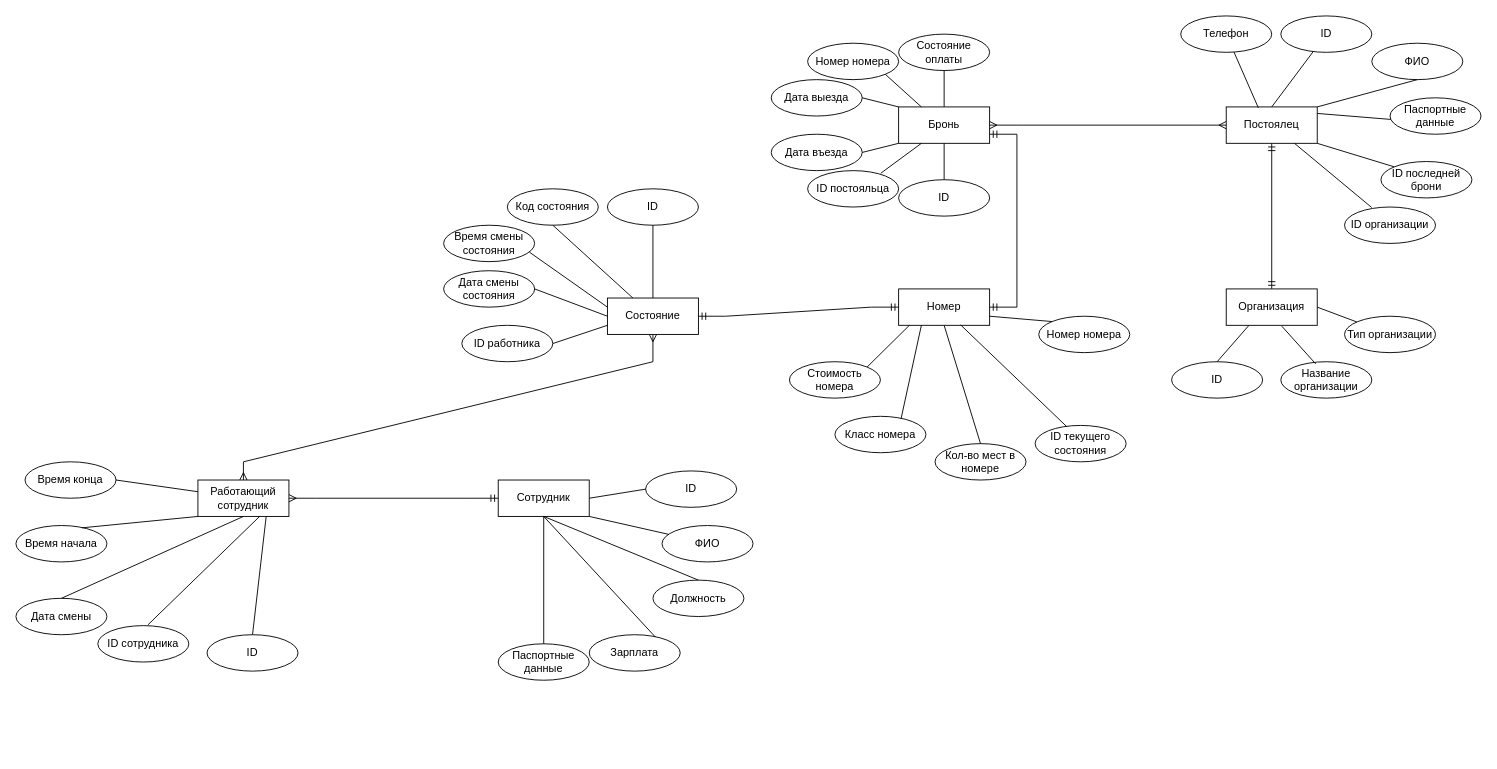
Above: page "Диаграмма RU" (3 of 3) of Kostylev_Hostel.drawio in Haxersociety/DataBase_Hostel (draw.io), before the change. Source tidied: cells renumbered, new cells numbered last; positions are measured from the earlier drawing's top-left corner, leaving out a move shared by most shapes. Both pictures are drawn from the tidied source at 91%, with x=0, y=0 at pixel (15, 15).
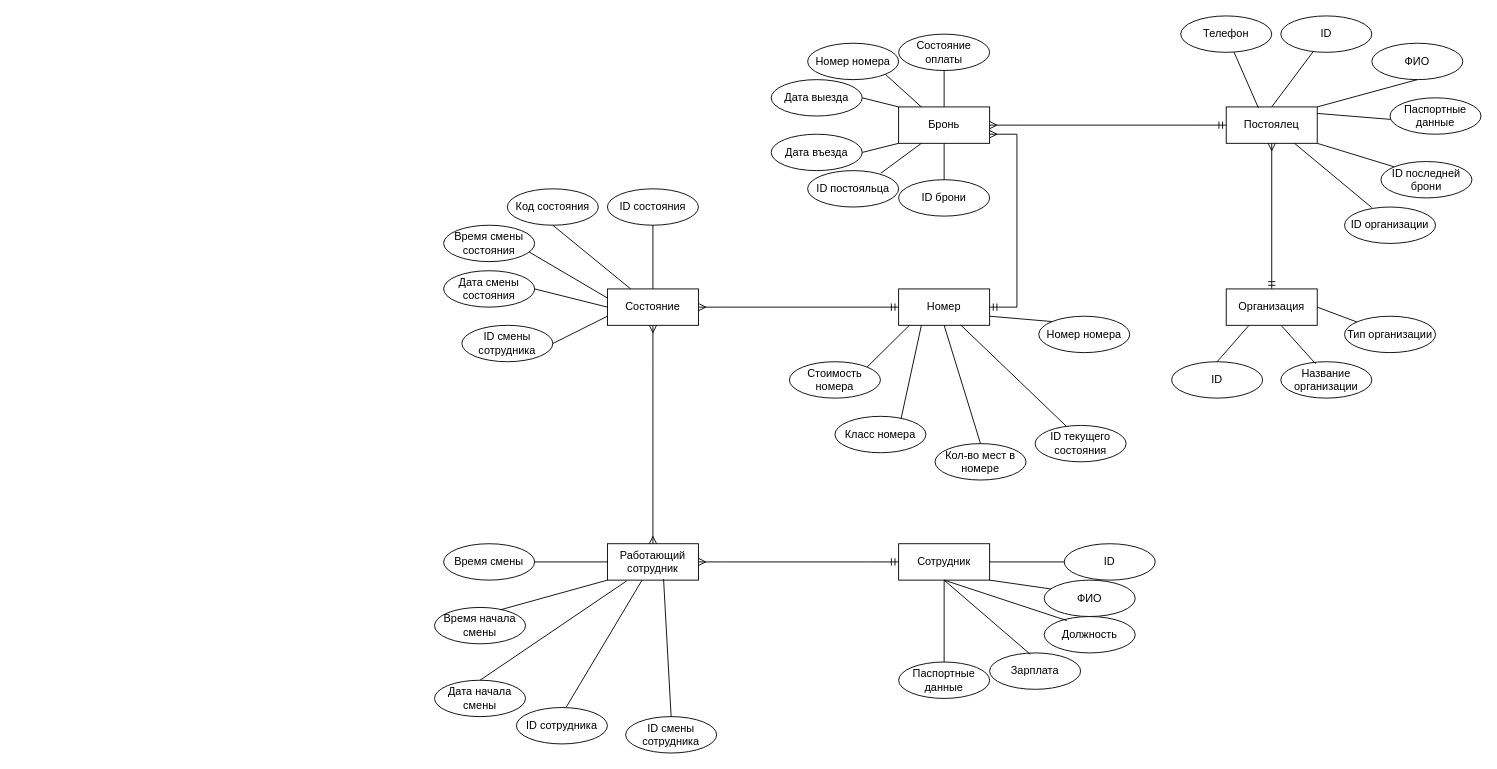
Above is the later version.

The change refers to these unchanged cells:
```xml
<mxCell id="2" value="Постоялец" style="whiteSpace=wrap;html=1;align=center;" parent="1" vertex="1">
  <mxGeometry x="1330" y="100" width="100" height="40" as="geometry" />
</mxCell>
<mxCell id="3" value="Бронь" style="whiteSpace=wrap;html=1;align=center;" parent="1" vertex="1">
  <mxGeometry x="970" y="100" width="100" height="40" as="geometry" />
</mxCell>
<mxCell id="5" value="Организация" style="whiteSpace=wrap;html=1;align=center;" parent="1" vertex="1">
  <mxGeometry x="1330" y="300" width="100" height="40" as="geometry" />
</mxCell>
<mxCell id="6" value="Номер" style="whiteSpace=wrap;html=1;align=center;" parent="1" vertex="1">
  <mxGeometry x="970" y="300" width="100" height="40" as="geometry" />
</mxCell>
```

What changed in the source:
```diff
@@
-    <mxCell id="4" style="edgeStyle=orthogonalEdgeStyle;rounded=0;jettySize=auto;html=1;entryX=0.5;entryY=1;entryDx=0;entryDy=0;startArrow=ERmandOne;startFill=0;endArrow=ERmandOne;endFill=0;" parent="1" edge="1" source="5" target="2">
+    <mxCell id="4" style="edgeStyle=orthogonalEdgeStyle;rounded=0;jettySize=auto;html=1;entryX=0.5;entryY=1;entryDx=0;entryDy=0;startArrow=ERmandOne;startFill=0;endArrow=ERmany;endFill=0;" parent="1" edge="1" source="5" target="2">
       <mxGeometry relative="1" as="geometry" />
     </mxCell>
@@
-    <mxCell id="7" style="edgeStyle=entityRelationEdgeStyle;fontSize=12;html=1;endArrow=ERmany;startArrow=ERmany;rounded=0;exitX=1;exitY=0.5;exitDx=0;exitDy=0;entryX=0;entryY=0.5;entryDx=0;entryDy=0;" parent="1" edge="1" source="3" target="2">
+    <mxCell id="7" style="edgeStyle=entityRelationEdgeStyle;fontSize=12;html=1;endArrow=ERmandOne;startArrow=ERmany;rounded=0;exitX=1;exitY=0.5;exitDx=0;exitDy=0;entryX=0;entryY=0.5;entryDx=0;entryDy=0;endFill=0;" parent="1" edge="1" source="3" target="2">
       <mxGeometry relative="1" as="geometry" />
     </mxCell>
-    <mxCell id="8" style="edgeStyle=entityRelationEdgeStyle;fontSize=12;html=1;endArrow=ERmandOne;startArrow=ERmandOne;rounded=0;entryX=1;entryY=0.75;entryDx=0;entryDy=0;" parent="1" edge="1" source="6" target="3">
+    <mxCell id="8" style="edgeStyle=entityRelationEdgeStyle;fontSize=12;html=1;endArrow=ERmany;startArrow=ERmandOne;rounded=0;entryX=1;entryY=0.75;entryDx=0;entryDy=0;endFill=0;" parent="1" edge="1" source="6" target="3">
       <mxGeometry relative="1" as="geometry" />
     </mxCell>
@@
-    <mxCell id="14" value="ID" style="ellipse;whiteSpace=wrap;html=1;align=center;" parent="1" vertex="1">
+    <mxCell id="14" value="ID брони" style="ellipse;whiteSpace=wrap;html=1;align=center;" parent="1" vertex="1">
       <mxGeometry x="970" y="180" width="100" height="40" as="geometry" />
     </mxCell>
@@
     <mxCell id="49" value="Сотрудник" style="whiteSpace=wrap;html=1;align=center;" parent="1" vertex="1">
-      <mxGeometry x="530" y="510" width="100" height="40" as="geometry" />
+      <mxGeometry x="970" y="580" width="100" height="40" as="geometry" />
     </mxCell>
     <mxCell id="50" value="Паспортные данные" style="ellipse;whiteSpace=wrap;html=1;align=center;strokeColor=default;" parent="1" vertex="1">
-      <mxGeometry x="530" y="690" width="100" height="40" as="geometry" />
+      <mxGeometry x="970" y="710" width="100" height="40" as="geometry" />
     </mxCell>
     <mxCell id="51" value="Зарплата" style="ellipse;whiteSpace=wrap;html=1;align=center;strokeColor=default;" parent="1" vertex="1">
-      <mxGeometry x="630" y="680" width="100" height="40" as="geometry" />
+      <mxGeometry x="1070" y="700" width="100" height="40" as="geometry" />
     </mxCell>
     <mxCell id="52" value="ФИО" style="ellipse;whiteSpace=wrap;html=1;align=center;strokeColor=default;" parent="1" vertex="1">
-      <mxGeometry x="710" y="560" width="100" height="40" as="geometry" />
+      <mxGeometry x="1130" y="620" width="100" height="40" as="geometry" />
     </mxCell>
     <mxCell id="53" value="ID" style="ellipse;whiteSpace=wrap;html=1;align=center;strokeColor=default;" parent="1" vertex="1">
-      <mxGeometry x="692" y="500" width="100" height="40" as="geometry" />
+      <mxGeometry x="1152" y="580" width="100" height="40" as="geometry" />
     </mxCell>
@@
-    <mxCell id="56" style="endArrow=none;html=1;rounded=0;exitX=0.727;exitY=0.063;exitDx=0;exitDy=0;exitPerimeter=0;entryX=0.5;entryY=1;entryDx=0;entryDy=0;" parent="1" edge="1" source="51" target="49">
+    <mxCell id="56" style="endArrow=none;html=1;rounded=0;exitX=0.448;exitY=0.041;exitDx=0;exitDy=0;exitPerimeter=0;entryX=0.5;entryY=1;entryDx=0;entryDy=0;" parent="1" edge="1" source="51" target="49">
       <mxGeometry relative="1" as="geometry" />
     </mxCell>
@@
     <mxCell id="58" value="Должность" style="ellipse;whiteSpace=wrap;html=1;align=center;strokeColor=default;" parent="1" vertex="1">
-      <mxGeometry x="700" y="620" width="100" height="40" as="geometry" />
+      <mxGeometry x="1130" y="660" width="100" height="40" as="geometry" />
     </mxCell>
-    <mxCell id="59" style="endArrow=none;html=1;rounded=0;exitX=0.5;exitY=1;exitDx=0;exitDy=0;entryX=0.5;entryY=0;entryDx=0;entryDy=0;" parent="1" edge="1" source="49" target="58">
+    <mxCell id="59" style="endArrow=none;html=1;rounded=0;exitX=0.5;exitY=1;exitDx=0;exitDy=0;entryX=0.248;entryY=0.11;entryDx=0;entryDy=0;entryPerimeter=0;" parent="1" edge="1" source="49" target="58">
       <mxGeometry relative="1" as="geometry" />
     </mxCell>
     <mxCell id="60" value="Работающий сотрудник" style="whiteSpace=wrap;html=1;align=center;" parent="1" vertex="1">
-      <mxGeometry x="200" y="510" width="100" height="40" as="geometry" />
+      <mxGeometry x="650" y="580" width="100" height="40" as="geometry" />
     </mxCell>
-    <mxCell id="61" value="Время конца" style="ellipse;whiteSpace=wrap;html=1;align=center;strokeColor=default;" parent="1" vertex="1">
-      <mxGeometry x="10" y="490" width="100" height="40" as="geometry" />
+    <mxCell id="61" value="Время смены" style="ellipse;whiteSpace=wrap;html=1;align=center;strokeColor=default;" parent="1" vertex="1">
+      <mxGeometry x="470" y="580" width="100" height="40" as="geometry" />
     </mxCell>
-    <mxCell id="62" value="Время начала" style="ellipse;whiteSpace=wrap;html=1;align=center;strokeColor=default;" parent="1" vertex="1">
-      <mxGeometry y="560" width="100" height="40" as="geometry" />
+    <mxCell id="62" value="Время начала смены" style="ellipse;whiteSpace=wrap;html=1;align=center;strokeColor=default;" parent="1" vertex="1">
+      <mxGeometry x="460" y="650" width="100" height="40" as="geometry" />
     </mxCell>
     <mxCell id="63" value="ID сотрудника" style="ellipse;whiteSpace=wrap;html=1;align=center;strokeColor=default;" parent="1" vertex="1">
-      <mxGeometry x="90" y="670" width="100" height="40" as="geometry" />
+      <mxGeometry x="550" y="760" width="100" height="40" as="geometry" />
     </mxCell>
-    <mxCell id="64" value="ID" style="ellipse;whiteSpace=wrap;html=1;align=center;strokeColor=default;" parent="1" vertex="1">
-      <mxGeometry x="210" y="680" width="100" height="40" as="geometry" />
+    <mxCell id="64" value="ID смены сотрудника" style="ellipse;whiteSpace=wrap;html=1;align=center;strokeColor=default;" parent="1" vertex="1">
+      <mxGeometry x="670" y="770" width="100" height="40" as="geometry" />
     </mxCell>
-    <mxCell id="65" style="endArrow=none;html=1;rounded=0;exitX=0.5;exitY=0;exitDx=0;exitDy=0;entryX=0.75;entryY=1;entryDx=0;entryDy=0;" parent="1" edge="1" source="64" target="60">
+    <mxCell id="65" style="endArrow=none;html=1;rounded=0;exitX=0.5;exitY=0;exitDx=0;exitDy=0;entryX=0.617;entryY=0.97;entryDx=0;entryDy=0;entryPerimeter=0;" parent="1" edge="1" source="64" target="60">
       <mxGeometry relative="1" as="geometry" />
     </mxCell>
@@
-    <mxCell id="68" style="endArrow=none;html=1;rounded=0;exitX=0.549;exitY=-0.018;exitDx=0;exitDy=0;exitPerimeter=0;entryX=0.682;entryY=0.99;entryDx=0;entryDy=0;entryPerimeter=0;" parent="1" edge="1" source="63" target="60">
+    <mxCell id="68" style="endArrow=none;html=1;rounded=0;exitX=0.549;exitY=-0.018;exitDx=0;exitDy=0;exitPerimeter=0;" parent="1" edge="1" source="63" target="60">
       <mxGeometry relative="1" as="geometry" />
     </mxCell>
-    <mxCell id="69" value="Дата смены" style="ellipse;whiteSpace=wrap;html=1;align=center;strokeColor=default;" parent="1" vertex="1">
-      <mxGeometry y="640" width="100" height="40" as="geometry" />
+    <mxCell id="69" value="Дата начала смены" style="ellipse;whiteSpace=wrap;html=1;align=center;strokeColor=default;" parent="1" vertex="1">
+      <mxGeometry x="460" y="730" width="100" height="40" as="geometry" />
     </mxCell>
-    <mxCell id="70" style="endArrow=none;html=1;rounded=0;exitX=0.5;exitY=1;exitDx=0;exitDy=0;entryX=0.5;entryY=0;entryDx=0;entryDy=0;" parent="1" edge="1" source="60" target="69">
+    <mxCell id="70" style="endArrow=none;html=1;rounded=0;exitX=0.213;exitY=1.019;exitDx=0;exitDy=0;entryX=0.5;entryY=0;entryDx=0;entryDy=0;exitPerimeter=0;" parent="1" edge="1" source="60" target="69">
       <mxGeometry relative="1" as="geometry" />
     </mxCell>
@@
     <mxCell id="72" value="Состояние" style="whiteSpace=wrap;html=1;align=center;" parent="1" vertex="1">
-      <mxGeometry x="650" y="310" width="100" height="40" as="geometry" />
+      <mxGeometry x="650" y="300" width="100" height="40" as="geometry" />
     </mxCell>
-    <mxCell id="73" value="ID" style="ellipse;whiteSpace=wrap;html=1;align=center;" parent="1" vertex="1">
+    <mxCell id="73" value="ID состояния" style="ellipse;whiteSpace=wrap;html=1;align=center;" parent="1" vertex="1">
       <mxGeometry x="650" y="190" width="100" height="40" as="geometry" />
     </mxCell>
@@
-    <mxCell id="77" value="ID работника" style="ellipse;whiteSpace=wrap;html=1;align=center;" parent="1" vertex="1">
+    <mxCell id="77" value="ID смены сотрудника" style="ellipse;whiteSpace=wrap;html=1;align=center;" parent="1" vertex="1">
       <mxGeometry x="490" y="340" width="100" height="40" as="geometry" />
     </mxCell>
-    <mxCell id="78" style="edgeStyle=entityRelationEdgeStyle;fontSize=12;html=1;endArrow=ERmandOne;startArrow=ERmandOne;rounded=0;exitX=1;exitY=0.5;exitDx=0;exitDy=0;entryX=0;entryY=0.5;entryDx=0;entryDy=0;" parent="1" edge="1" source="72" target="6">
+    <mxCell id="78" style="edgeStyle=entityRelationEdgeStyle;fontSize=12;html=1;endArrow=ERmandOne;startArrow=ERmany;rounded=0;exitX=1;exitY=0.5;exitDx=0;exitDy=0;entryX=0;entryY=0.5;entryDx=0;entryDy=0;endFill=0;startFill=0;" parent="1" edge="1" source="72" target="6">
       <mxGeometry relative="1" as="geometry" />
     </mxCell>
@@
     <mxCell id="84" style="endArrow=ERmany;html=1;rounded=0;exitX=0.5;exitY=0;exitDx=0;exitDy=0;entryX=0.5;entryY=1;entryDx=0;entryDy=0;startArrow=ERmany;startFill=0;endFill=0;" parent="1" edge="1" source="60" target="72">
       <mxGeometry relative="1" as="geometry">
         <Array as="points">
-          <mxPoint x="250" y="490" />
           <mxPoint x="700" y="380" />
         </Array>
       </mxGeometry>
     </mxCell>
```
